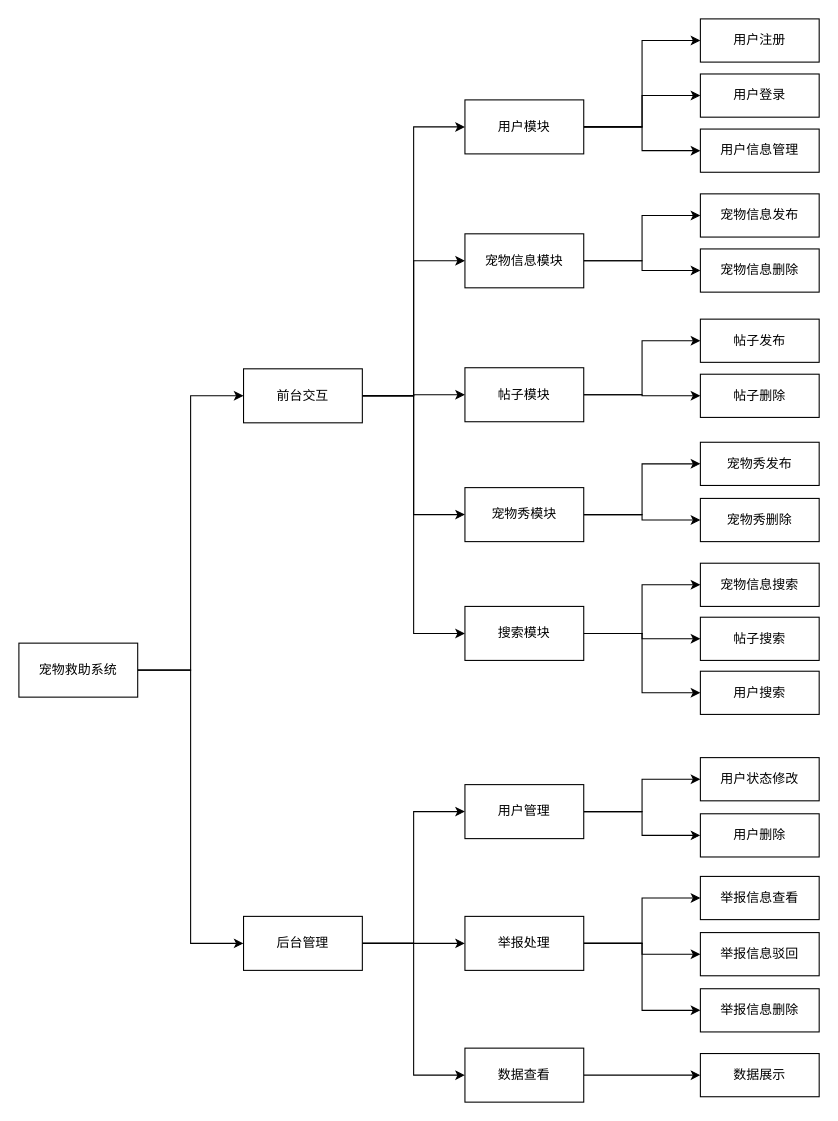
Heart-clearing/git-demo keeps this draw.io diagram as 功能模块图.drawio. Above is the earlier version. Source tidied: cells renumbered, new cells numbered last; positions are measured from the earlier drawing's top-left corner, leaving out a move shared by most shapes. Both pictures are drawn from the tidied source at 108%, with x=0, y=0 at pixel (18, 18).
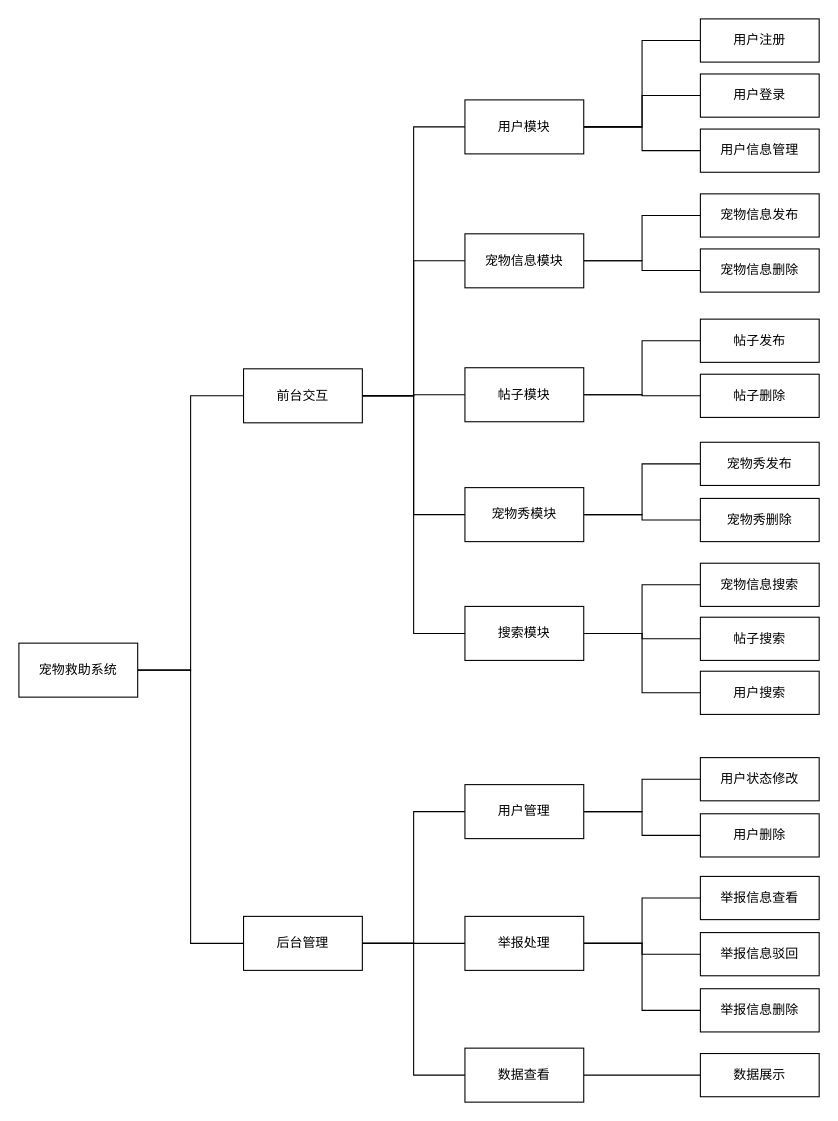
The same page after the edit.

Commit message:
更新功能模块图.drawio

The change refers to these unchanged cells:
```xml
<mxCell id="4" value="宠物救助系统" style="html=1;whiteSpace=wrap;" parent="1" vertex="1">
<mxCell id="8" value="后台管理" style="html=1;whiteSpace=wrap;" parent="1" vertex="1">
<mxCell id="14" value="前台交互" style="html=1;whiteSpace=wrap;" parent="1" vertex="1">
<mxCell id="18" value="搜索模块" style="html=1;whiteSpace=wrap;" parent="1" vertex="1">
<mxCell id="21" value="宠物秀模块" style="html=1;whiteSpace=wrap;" parent="1" vertex="1">
<mxCell id="24" value="帖子模块" style="html=1;whiteSpace=wrap;" parent="1" vertex="1">
<mxCell id="27" value="宠物信息模块" style="html=1;whiteSpace=wrap;" parent="1" vertex="1">
<mxCell id="31" value="用户模块" style="html=1;whiteSpace=wrap;" parent="1" vertex="1">
<mxCell id="32" value="用户注册" style="html=1;whiteSpace=wrap;" parent="1" vertex="1">
<mxCell id="33" value="宠物秀删除" style="html=1;whiteSpace=wrap;" parent="1" vertex="1">
<mxCell id="34" value="宠物信息搜索" style="html=1;whiteSpace=wrap;" parent="1" vertex="1">
<mxCell id="35" value="用户登录" style="html=1;whiteSpace=wrap;" parent="1" vertex="1">
<mxCell id="36" value="用户信息管理" style="html=1;whiteSpace=wrap;" parent="1" vertex="1">
<mxCell id="37" value="宠物信息发布" style="html=1;whiteSpace=wrap;" parent="1" vertex="1">
<mxCell id="38" value="宠物信息删除" style="html=1;whiteSpace=wrap;" parent="1" vertex="1">
<mxCell id="39" value="帖子发布" style="html=1;whiteSpace=wrap;" parent="1" vertex="1">
<mxCell id="40" value="帖子删除" style="html=1;whiteSpace=wrap;" parent="1" vertex="1">
<mxCell id="41" value="宠物秀发布" style="html=1;whiteSpace=wrap;" parent="1" vertex="1">
<mxCell id="42" value="帖子搜索" style="html=1;whiteSpace=wrap;" parent="1" vertex="1">
<mxCell id="43" value="用户搜索" style="html=1;whiteSpace=wrap;" parent="1" vertex="1">
<mxCell id="46" value="用户管理" style="html=1;whiteSpace=wrap;" parent="1" vertex="1">
<mxCell id="50" value="举报处理" style="html=1;whiteSpace=wrap;" parent="1" vertex="1">
<mxCell id="52" value="数据查看" style="html=1;whiteSpace=wrap;" parent="1" vertex="1">
<mxCell id="53" value="用户状态修改" style="html=1;whiteSpace=wrap;" parent="1" vertex="1">
<mxCell id="54" value="举报信息查看" style="html=1;whiteSpace=wrap;" parent="1" vertex="1">
<mxCell id="55" value="用户删除" style="html=1;whiteSpace=wrap;" parent="1" vertex="1">
<mxCell id="56" value="举报信息驳回" style="html=1;whiteSpace=wrap;" parent="1" vertex="1">
<mxCell id="57" value="举报信息删除" style="html=1;whiteSpace=wrap;" parent="1" vertex="1">
<mxCell id="58" value="数据展示" style="html=1;whiteSpace=wrap;" parent="1" vertex="1">
```

Change to the diagram source:
```diff
@@
-    <mxCell id="2" style="edgeStyle=orthogonalEdgeStyle;rounded=0;jettySize=auto;html=1;entryX=0;entryY=0.5;entryDx=0;entryDy=0;" parent="1" edge="1" source="4" target="14">
+    <mxCell id="2" style="edgeStyle=orthogonalEdgeStyle;rounded=0;jettySize=auto;html=1;entryX=0;entryY=0.5;entryDx=0;entryDy=0;endArrow=none;endFill=0;" parent="1" edge="1" source="4" target="14">
       <mxGeometry relative="1" as="geometry" />
     </mxCell>
-    <mxCell id="3" style="edgeStyle=orthogonalEdgeStyle;rounded=0;jettySize=auto;html=1;entryX=0;entryY=0.5;entryDx=0;entryDy=0;" parent="1" edge="1" source="4" target="8">
+    <mxCell id="3" style="edgeStyle=orthogonalEdgeStyle;rounded=0;jettySize=auto;html=1;entryX=0;entryY=0.5;entryDx=0;entryDy=0;endArrow=none;endFill=0;" parent="1" edge="1" source="4" target="8">
       <mxGeometry relative="1" as="geometry" />
     </mxCell>
@@
-    <mxCell id="5" style="edgeStyle=orthogonalEdgeStyle;rounded=0;jettySize=auto;html=1;entryX=0;entryY=0.5;entryDx=0;entryDy=0;" parent="1" edge="1" source="8" target="46">
+    <mxCell id="5" style="edgeStyle=orthogonalEdgeStyle;rounded=0;jettySize=auto;html=1;entryX=0;entryY=0.5;entryDx=0;entryDy=0;endArrow=none;endFill=0;" parent="1" edge="1" source="8" target="46">
       <mxGeometry relative="1" as="geometry" />
     </mxCell>
-    <mxCell id="6" style="edgeStyle=orthogonalEdgeStyle;rounded=0;jettySize=auto;html=1;" parent="1" edge="1" source="8" target="50">
+    <mxCell id="6" style="edgeStyle=orthogonalEdgeStyle;rounded=0;jettySize=auto;html=1;endArrow=none;endFill=0;" parent="1" edge="1" source="8" target="50">
       <mxGeometry relative="1" as="geometry" />
     </mxCell>
-    <mxCell id="7" style="edgeStyle=orthogonalEdgeStyle;rounded=0;jettySize=auto;html=1;entryX=0;entryY=0.5;entryDx=0;entryDy=0;" parent="1" edge="1" source="8" target="52">
+    <mxCell id="7" style="edgeStyle=orthogonalEdgeStyle;rounded=0;jettySize=auto;html=1;entryX=0;entryY=0.5;entryDx=0;entryDy=0;endArrow=none;endFill=0;" parent="1" edge="1" source="8" target="52">
       <mxGeometry relative="1" as="geometry" />
     </mxCell>
@@
-    <mxCell id="9" style="edgeStyle=orthogonalEdgeStyle;rounded=0;jettySize=auto;html=1;entryX=0;entryY=0.5;entryDx=0;entryDy=0;" parent="1" edge="1" source="14" target="31">
+    <mxCell id="9" style="edgeStyle=orthogonalEdgeStyle;rounded=0;jettySize=auto;html=1;entryX=0;entryY=0.5;entryDx=0;entryDy=0;endArrow=none;endFill=0;" parent="1" edge="1" source="14" target="31">
       <mxGeometry relative="1" as="geometry" />
     </mxCell>
-    <mxCell id="10" style="edgeStyle=orthogonalEdgeStyle;rounded=0;jettySize=auto;html=1;entryX=0;entryY=0.5;entryDx=0;entryDy=0;" parent="1" edge="1" source="14" target="27">
+    <mxCell id="10" style="edgeStyle=orthogonalEdgeStyle;rounded=0;jettySize=auto;html=1;entryX=0;entryY=0.5;entryDx=0;entryDy=0;endArrow=none;endFill=0;" parent="1" edge="1" source="14" target="27">
       <mxGeometry relative="1" as="geometry" />
     </mxCell>
-    <mxCell id="11" style="edgeStyle=orthogonalEdgeStyle;rounded=0;jettySize=auto;html=1;entryX=0;entryY=0.5;entryDx=0;entryDy=0;" parent="1" edge="1" source="14" target="24">
+    <mxCell id="11" style="edgeStyle=orthogonalEdgeStyle;rounded=0;jettySize=auto;html=1;entryX=0;entryY=0.5;entryDx=0;entryDy=0;endArrow=none;endFill=0;" parent="1" edge="1" source="14" target="24">
       <mxGeometry relative="1" as="geometry" />
     </mxCell>
-    <mxCell id="12" style="edgeStyle=orthogonalEdgeStyle;rounded=0;jettySize=auto;html=1;entryX=0;entryY=0.5;entryDx=0;entryDy=0;" parent="1" edge="1" source="14" target="21">
+    <mxCell id="12" style="edgeStyle=orthogonalEdgeStyle;rounded=0;jettySize=auto;html=1;entryX=0;entryY=0.5;entryDx=0;entryDy=0;endArrow=none;endFill=0;" parent="1" edge="1" source="14" target="21">
       <mxGeometry relative="1" as="geometry" />
     </mxCell>
-    <mxCell id="13" style="edgeStyle=orthogonalEdgeStyle;rounded=0;jettySize=auto;html=1;entryX=0;entryY=0.5;entryDx=0;entryDy=0;" parent="1" edge="1" source="14" target="18">
+    <mxCell id="13" style="edgeStyle=orthogonalEdgeStyle;rounded=0;jettySize=auto;html=1;entryX=0;entryY=0.5;entryDx=0;entryDy=0;endArrow=none;endFill=0;" parent="1" edge="1" source="14" target="18">
       <mxGeometry relative="1" as="geometry" />
     </mxCell>
@@
-    <mxCell id="15" style="edgeStyle=orthogonalEdgeStyle;rounded=0;jettySize=auto;html=1;entryX=0;entryY=0.5;entryDx=0;entryDy=0;" parent="1" edge="1" source="18" target="42">
+    <mxCell id="15" style="edgeStyle=orthogonalEdgeStyle;rounded=0;jettySize=auto;html=1;entryX=0;entryY=0.5;entryDx=0;entryDy=0;endArrow=none;endFill=0;" parent="1" edge="1" source="18" target="42">
       <mxGeometry relative="1" as="geometry" />
     </mxCell>
-    <mxCell id="16" style="edgeStyle=orthogonalEdgeStyle;rounded=0;jettySize=auto;html=1;entryX=0;entryY=0.5;entryDx=0;entryDy=0;" parent="1" edge="1" source="18" target="34">
+    <mxCell id="16" style="edgeStyle=orthogonalEdgeStyle;rounded=0;jettySize=auto;html=1;entryX=0;entryY=0.5;entryDx=0;entryDy=0;endArrow=none;endFill=0;" parent="1" edge="1" source="18" target="34">
       <mxGeometry relative="1" as="geometry" />
     </mxCell>
-    <mxCell id="17" style="edgeStyle=orthogonalEdgeStyle;rounded=0;jettySize=auto;html=1;entryX=0;entryY=0.5;entryDx=0;entryDy=0;" parent="1" edge="1" source="18" target="43">
+    <mxCell id="17" style="edgeStyle=orthogonalEdgeStyle;rounded=0;jettySize=auto;html=1;entryX=0;entryY=0.5;entryDx=0;entryDy=0;endArrow=none;endFill=0;" parent="1" edge="1" source="18" target="43">
       <mxGeometry relative="1" as="geometry" />
     </mxCell>
@@
-    <mxCell id="19" style="edgeStyle=orthogonalEdgeStyle;rounded=0;jettySize=auto;html=1;entryX=0;entryY=0.5;entryDx=0;entryDy=0;" parent="1" edge="1" source="21" target="41">
+    <mxCell id="19" style="edgeStyle=orthogonalEdgeStyle;rounded=0;jettySize=auto;html=1;entryX=0;entryY=0.5;entryDx=0;entryDy=0;endArrow=none;endFill=0;" parent="1" edge="1" source="21" target="41">
       <mxGeometry relative="1" as="geometry" />
     </mxCell>
-    <mxCell id="20" style="edgeStyle=orthogonalEdgeStyle;rounded=0;jettySize=auto;html=1;entryX=0;entryY=0.5;entryDx=0;entryDy=0;" parent="1" edge="1" source="21" target="33">
+    <mxCell id="20" style="edgeStyle=orthogonalEdgeStyle;rounded=0;jettySize=auto;html=1;entryX=0;entryY=0.5;entryDx=0;entryDy=0;endArrow=none;endFill=0;" parent="1" edge="1" source="21" target="33">
       <mxGeometry relative="1" as="geometry" />
     </mxCell>
@@
-    <mxCell id="22" style="edgeStyle=orthogonalEdgeStyle;rounded=0;jettySize=auto;html=1;entryX=0;entryY=0.5;entryDx=0;entryDy=0;" parent="1" edge="1" source="24" target="39">
+    <mxCell id="22" style="edgeStyle=orthogonalEdgeStyle;rounded=0;jettySize=auto;html=1;entryX=0;entryY=0.5;entryDx=0;entryDy=0;endArrow=none;endFill=0;" parent="1" edge="1" source="24" target="39">
       <mxGeometry relative="1" as="geometry" />
     </mxCell>
-    <mxCell id="23" style="edgeStyle=orthogonalEdgeStyle;rounded=0;jettySize=auto;html=1;entryX=0;entryY=0.5;entryDx=0;entryDy=0;" parent="1" edge="1" source="24" target="40">
+    <mxCell id="23" style="edgeStyle=orthogonalEdgeStyle;rounded=0;jettySize=auto;html=1;entryX=0;entryY=0.5;entryDx=0;entryDy=0;endArrow=none;endFill=0;" parent="1" edge="1" source="24" target="40">
       <mxGeometry relative="1" as="geometry" />
     </mxCell>
@@
-    <mxCell id="25" style="edgeStyle=orthogonalEdgeStyle;rounded=0;jettySize=auto;html=1;entryX=0;entryY=0.5;entryDx=0;entryDy=0;" parent="1" edge="1" source="27" target="37">
+    <mxCell id="25" style="edgeStyle=orthogonalEdgeStyle;rounded=0;jettySize=auto;html=1;entryX=0;entryY=0.5;entryDx=0;entryDy=0;endArrow=none;endFill=0;" parent="1" edge="1" source="27" target="37">
       <mxGeometry relative="1" as="geometry" />
     </mxCell>
-    <mxCell id="26" style="edgeStyle=orthogonalEdgeStyle;rounded=0;jettySize=auto;html=1;entryX=0;entryY=0.5;entryDx=0;entryDy=0;" parent="1" edge="1" source="27" target="38">
+    <mxCell id="26" style="edgeStyle=orthogonalEdgeStyle;rounded=0;jettySize=auto;html=1;entryX=0;entryY=0.5;entryDx=0;entryDy=0;endArrow=none;endFill=0;" parent="1" edge="1" source="27" target="38">
       <mxGeometry relative="1" as="geometry" />
     </mxCell>
@@
-    <mxCell id="28" style="edgeStyle=orthogonalEdgeStyle;rounded=0;jettySize=auto;html=1;entryX=0;entryY=0.5;entryDx=0;entryDy=0;" parent="1" edge="1" source="31" target="32">
+    <mxCell id="28" style="edgeStyle=orthogonalEdgeStyle;rounded=0;jettySize=auto;html=1;entryX=0;entryY=0.5;entryDx=0;entryDy=0;endArrow=none;endFill=0;" parent="1" edge="1" source="31" target="32">
       <mxGeometry relative="1" as="geometry" />
     </mxCell>
-    <mxCell id="29" style="edgeStyle=orthogonalEdgeStyle;rounded=0;jettySize=auto;html=1;entryX=0;entryY=0.5;entryDx=0;entryDy=0;" parent="1" edge="1" source="31" target="35">
+    <mxCell id="29" style="edgeStyle=orthogonalEdgeStyle;rounded=0;jettySize=auto;html=1;entryX=0;entryY=0.5;entryDx=0;entryDy=0;endArrow=none;endFill=0;" parent="1" edge="1" source="31" target="35">
       <mxGeometry relative="1" as="geometry" />
     </mxCell>
-    <mxCell id="30" style="edgeStyle=orthogonalEdgeStyle;rounded=0;jettySize=auto;html=1;entryX=0;entryY=0.5;entryDx=0;entryDy=0;" parent="1" edge="1" source="31" target="36">
+    <mxCell id="30" style="edgeStyle=orthogonalEdgeStyle;rounded=0;jettySize=auto;html=1;entryX=0;entryY=0.5;entryDx=0;entryDy=0;endArrow=none;endFill=0;" parent="1" edge="1" source="31" target="36">
       <mxGeometry relative="1" as="geometry" />
     </mxCell>
@@
-    <mxCell id="44" style="edgeStyle=orthogonalEdgeStyle;rounded=0;jettySize=auto;html=1;entryX=0;entryY=0.5;entryDx=0;entryDy=0;" parent="1" edge="1" source="46" target="53">
+    <mxCell id="44" style="edgeStyle=orthogonalEdgeStyle;rounded=0;jettySize=auto;html=1;entryX=0;entryY=0.5;entryDx=0;entryDy=0;endArrow=none;endFill=0;" parent="1" edge="1" source="46" target="53">
       <mxGeometry relative="1" as="geometry" />
     </mxCell>
-    <mxCell id="45" style="edgeStyle=orthogonalEdgeStyle;rounded=0;jettySize=auto;html=1;entryX=0;entryY=0.5;entryDx=0;entryDy=0;" parent="1" edge="1" source="46" target="55">
+    <mxCell id="45" style="edgeStyle=orthogonalEdgeStyle;rounded=0;jettySize=auto;html=1;entryX=0;entryY=0.5;entryDx=0;entryDy=0;endArrow=none;endFill=0;" parent="1" edge="1" source="46" target="55">
       <mxGeometry relative="1" as="geometry" />
     </mxCell>
@@
-    <mxCell id="47" style="edgeStyle=orthogonalEdgeStyle;rounded=0;jettySize=auto;html=1;entryX=0;entryY=0.5;entryDx=0;entryDy=0;" parent="1" edge="1" source="50" target="54">
+    <mxCell id="47" style="edgeStyle=orthogonalEdgeStyle;rounded=0;jettySize=auto;html=1;entryX=0;entryY=0.5;entryDx=0;entryDy=0;endArrow=none;endFill=0;" parent="1" edge="1" source="50" target="54">
       <mxGeometry relative="1" as="geometry" />
     </mxCell>
-    <mxCell id="48" style="edgeStyle=orthogonalEdgeStyle;rounded=0;jettySize=auto;html=1;entryX=0;entryY=0.5;entryDx=0;entryDy=0;" parent="1" edge="1" source="50" target="56">
+    <mxCell id="48" style="edgeStyle=orthogonalEdgeStyle;rounded=0;jettySize=auto;html=1;entryX=0;entryY=0.5;entryDx=0;entryDy=0;endArrow=none;endFill=0;" parent="1" edge="1" source="50" target="56">
       <mxGeometry relative="1" as="geometry" />
     </mxCell>
-    <mxCell id="49" style="edgeStyle=orthogonalEdgeStyle;rounded=0;jettySize=auto;html=1;entryX=0;entryY=0.5;entryDx=0;entryDy=0;" parent="1" edge="1" source="50" target="57">
+    <mxCell id="49" style="edgeStyle=orthogonalEdgeStyle;rounded=0;jettySize=auto;html=1;entryX=0;entryY=0.5;entryDx=0;entryDy=0;endArrow=none;endFill=0;" parent="1" edge="1" source="50" target="57">
       <mxGeometry relative="1" as="geometry" />
     </mxCell>
@@
-    <mxCell id="51" style="edgeStyle=orthogonalEdgeStyle;rounded=0;jettySize=auto;html=1;entryX=0;entryY=0.5;entryDx=0;entryDy=0;" parent="1" edge="1" source="52" target="58">
+    <mxCell id="51" style="edgeStyle=orthogonalEdgeStyle;rounded=0;jettySize=auto;html=1;entryX=0;entryY=0.5;entryDx=0;entryDy=0;endArrow=none;endFill=0;" parent="1" edge="1" source="52" target="58">
       <mxGeometry relative="1" as="geometry" />
     </mxCell>
```
